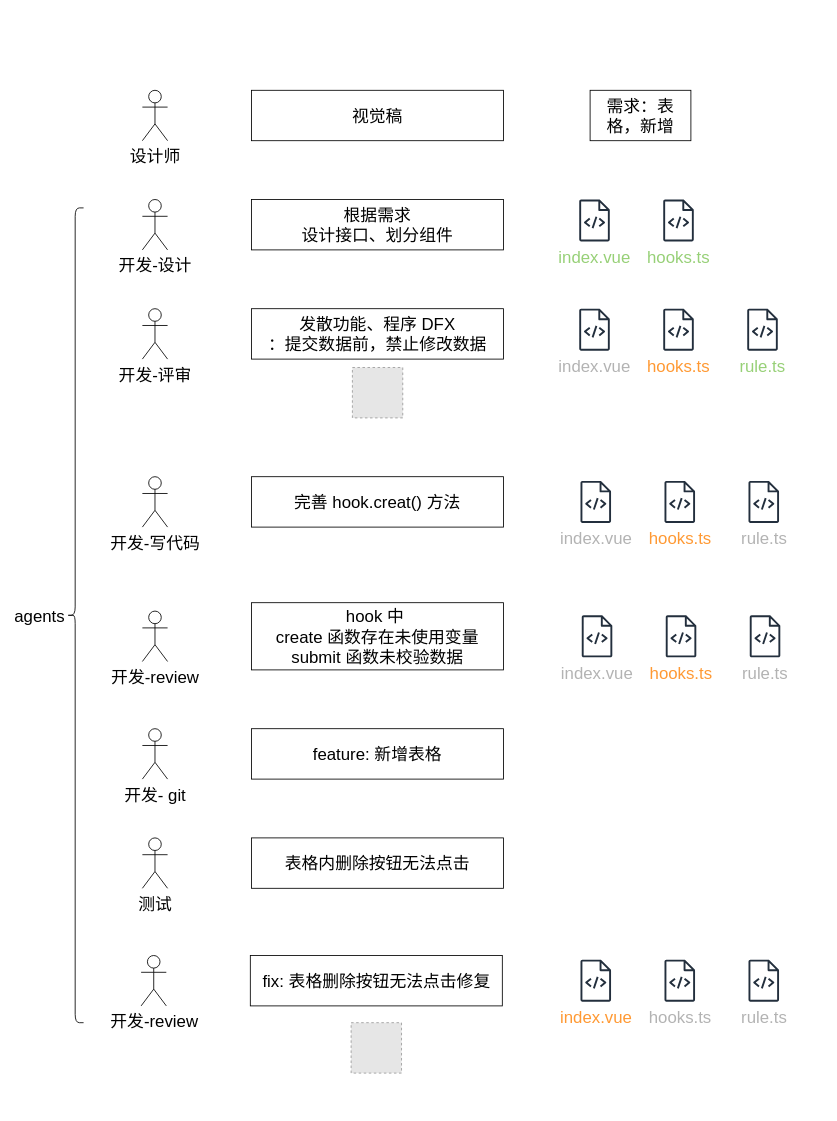
The draw.io diagram page "agents" (2 of 3) of d2c/main.drawio in zhuoooo/doodles, before the edit. Source tidied: cells renumbered, new cells numbered last; positions are measured from the earlier drawing's top-left corner, leaving out a move shared by most shapes. Both pictures are drawn from the tidied source at 84%, with x=0, y=0 at pixel (66, 90). Pictures stored in the file or linked from it are replaced by grey dashed boxes.
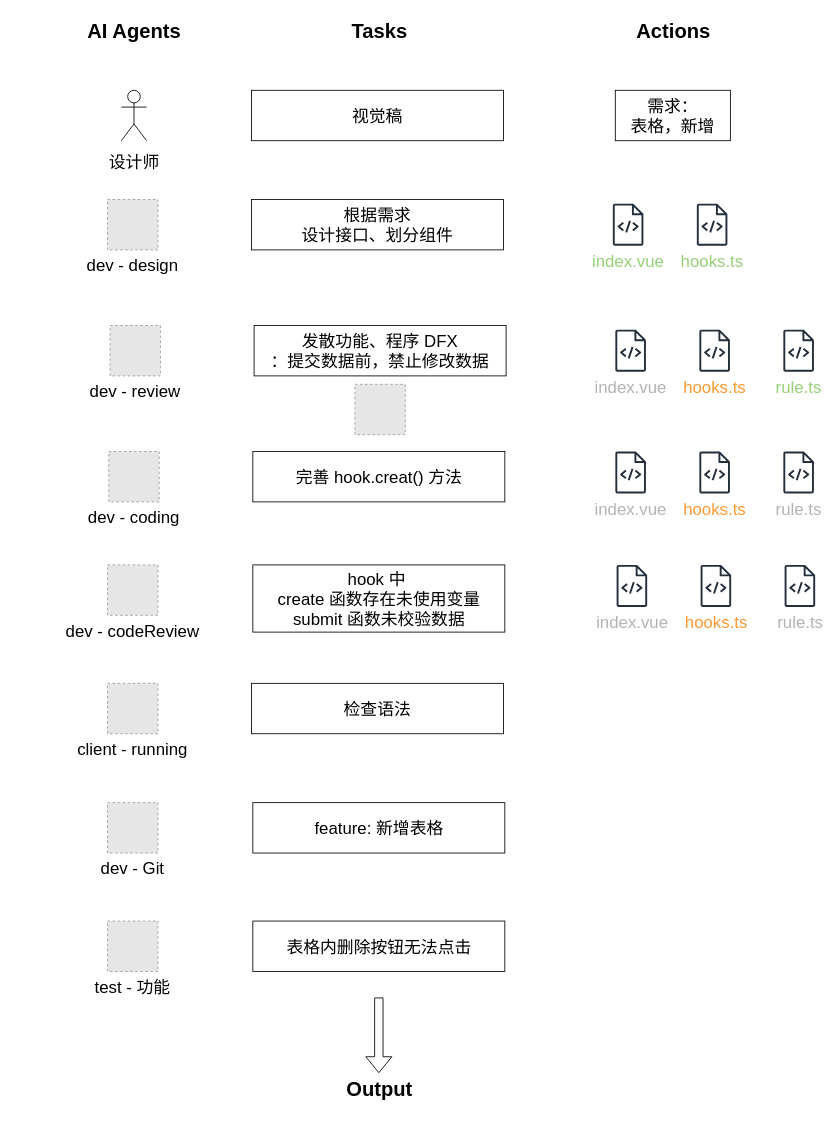
The same page after the edit.

Commit message:
add: ai agents workflow

Change to the diagram source:
```diff
@@
-    <mxCell id="3" value="需求：表格，新增" style="rounded=0;whiteSpace=wrap;html=1;fontFamily=微软雅黑;fontSize=20;" parent="1" vertex="1">
-      <mxGeometry x="623" width="120" height="60" as="geometry" />
+    <mxCell id="3" value="需求：&lt;div&gt;表格，新增&lt;/div&gt;" style="rounded=0;whiteSpace=wrap;html=1;fontFamily=微软雅黑;fontSize=20;" parent="1" vertex="1">
+      <mxGeometry x="653" width="137" height="60" as="geometry" />
     </mxCell>
@@
     <mxCell id="5" value="发散功能、程序 DFX&lt;div style=&quot;font-size: 20px;&quot;&gt;&lt;/div&gt;&lt;div style=&quot;font-size: 20px;&quot;&gt;：提交数据前，禁止修改数据&lt;/div&gt;" style="rounded=0;whiteSpace=wrap;html=1;fontFamily=微软雅黑;fontSize=20;" parent="1" vertex="1">
-      <mxGeometry x="220" y="260" width="300" height="60" as="geometry" />
+      <mxGeometry x="223" y="280" width="300" height="60" as="geometry" />
     </mxCell>
-    <mxCell id="6" value="设计师" style="shape=umlActor;verticalLabelPosition=bottom;verticalAlign=top;html=1;fontFamily=微软雅黑;fontSize=20;" parent="1" vertex="1">
-      <mxGeometry x="90" width="30" height="60" as="geometry" />
-    </mxCell>
-    <mxCell id="7" value="开发-设计" style="shape=umlActor;verticalLabelPosition=bottom;verticalAlign=top;html=1;fontFamily=微软雅黑;fontSize=20;" parent="1" vertex="1">
-      <mxGeometry x="90" y="130" width="30" height="60" as="geometry" />
-    </mxCell>
     <mxCell id="8" value="index.vue" style="sketch=0;fontColor=#97D077;gradientColor=none;fillColor=#232F3D;strokeColor=none;dashed=0;verticalLabelPosition=bottom;verticalAlign=top;align=center;html=1;fontSize=20;fontStyle=0;shape=mxgraph.aws4.source_code;fontFamily=微软雅黑;" parent="1" vertex="1">
-      <mxGeometry x="610" y="130" width="36.5" height="50" as="geometry" />
+      <mxGeometry x="650" y="135" width="36.5" height="50" as="geometry" />
     </mxCell>
     <mxCell id="9" value="hooks.ts" style="sketch=0;fontColor=#97D077;gradientColor=none;fillColor=#232F3D;strokeColor=none;dashed=0;verticalLabelPosition=bottom;verticalAlign=top;align=center;html=1;fontSize=20;fontStyle=0;shape=mxgraph.aws4.source_code;fontFamily=微软雅黑;" parent="1" vertex="1">
-      <mxGeometry x="710" y="130" width="36.5" height="50" as="geometry" />
+      <mxGeometry x="750" y="135" width="36.5" height="50" as="geometry" />
     </mxCell>
-    <mxCell id="10" value="开发-评审" style="shape=umlActor;verticalLabelPosition=bottom;verticalAlign=top;html=1;fontFamily=微软雅黑;fontSize=20;" parent="1" vertex="1">
-      <mxGeometry x="90" y="260" width="30" height="60" as="geometry" />
-    </mxCell>
     <mxCell id="11" value="index.vue" style="sketch=0;fontColor=#B3B3B3;gradientColor=none;fillColor=#232F3D;strokeColor=none;dashed=0;verticalLabelPosition=bottom;verticalAlign=top;align=center;html=1;fontSize=20;fontStyle=0;shape=mxgraph.aws4.source_code;fontFamily=微软雅黑;" parent="1" vertex="1">
-      <mxGeometry x="610" y="260" width="36.5" height="50" as="geometry" />
+      <mxGeometry x="653" y="285" width="36.5" height="50" as="geometry" />
     </mxCell>
     <mxCell id="12" value="hooks.ts" style="sketch=0;fontColor=#FF9933;gradientColor=none;fillColor=#232F3D;strokeColor=none;dashed=0;verticalLabelPosition=bottom;verticalAlign=top;align=center;html=1;fontSize=20;fontStyle=0;shape=mxgraph.aws4.source_code;fontFamily=微软雅黑;" parent="1" vertex="1">
-      <mxGeometry x="710" y="260" width="36.5" height="50" as="geometry" />
+      <mxGeometry x="753" y="285" width="36.5" height="50" as="geometry" />
     </mxCell>
     <mxCell id="13" value="rule.ts" style="sketch=0;fontColor=#97D077;gradientColor=none;fillColor=#232F3D;strokeColor=none;dashed=0;verticalLabelPosition=bottom;verticalAlign=top;align=center;html=1;fontSize=20;fontStyle=0;shape=mxgraph.aws4.source_code;fontFamily=微软雅黑;" parent="1" vertex="1">
-      <mxGeometry x="810" y="260" width="36.5" height="50" as="geometry" />
+      <mxGeometry x="853" y="285" width="36.5" height="50" as="geometry" />
     </mxCell>
-    <mxCell id="14" value="开发-写代码" style="shape=umlActor;verticalLabelPosition=bottom;verticalAlign=top;html=1;fontFamily=微软雅黑;fontSize=20;" parent="1" vertex="1">
-      <mxGeometry x="90" y="460" width="30" height="60" as="geometry" />
-    </mxCell>
     <mxCell id="15" style="fillColor=#E6E6E6;strokeColor=#999999;dashed=1;html=1;verticalAlign=top;verticalLabelPosition=bottom;labelBackgroundColor=#ffffff;fontFamily=微软雅黑;fontSize=20;" parent="1" vertex="1">
-      <mxGeometry x="340" y="330" width="60" height="60" as="geometry" />
+      <mxGeometry x="343" y="350" width="60" height="60" as="geometry" />
     </mxCell>
     <mxCell id="16" value="完善 hook.creat() 方法" style="rounded=0;whiteSpace=wrap;html=1;fontFamily=微软雅黑;fontSize=20;" parent="1" vertex="1">
-      <mxGeometry x="220" y="460" width="300" height="60" as="geometry" />
+      <mxGeometry x="221.5" y="430" width="300" height="60" as="geometry" />
     </mxCell>
     <mxCell id="17" value="index.vue" style="sketch=0;fontColor=#B3B3B3;gradientColor=none;fillColor=#232F3D;strokeColor=none;dashed=0;verticalLabelPosition=bottom;verticalAlign=top;align=center;html=1;fontSize=20;fontStyle=0;shape=mxgraph.aws4.source_code;fontFamily=微软雅黑;" parent="1" vertex="1">
-      <mxGeometry x="611.5" y="465" width="36.5" height="50" as="geometry" />
+      <mxGeometry x="653" y="430" width="36.5" height="50" as="geometry" />
     </mxCell>
     <mxCell id="18" value="hooks.ts" style="sketch=0;fontColor=#FF9933;gradientColor=none;fillColor=#232F3D;strokeColor=none;dashed=0;verticalLabelPosition=bottom;verticalAlign=top;align=center;html=1;fontSize=20;fontStyle=0;shape=mxgraph.aws4.source_code;fontFamily=微软雅黑;" parent="1" vertex="1">
-      <mxGeometry x="711.5" y="465" width="36.5" height="50" as="geometry" />
+      <mxGeometry x="753" y="430" width="36.5" height="50" as="geometry" />
     </mxCell>
     <mxCell id="19" value="rule.ts" style="sketch=0;fontColor=#B3B3B3;gradientColor=none;fillColor=#232F3D;strokeColor=none;dashed=0;verticalLabelPosition=bottom;verticalAlign=top;align=center;html=1;fontSize=20;fontStyle=0;shape=mxgraph.aws4.source_code;fontFamily=微软雅黑;" parent="1" vertex="1">
-      <mxGeometry x="811.5" y="465" width="36.5" height="50" as="geometry" />
+      <mxGeometry x="853" y="430" width="36.5" height="50" as="geometry" />
     </mxCell>
-    <mxCell id="20" value="开发-review" style="shape=umlActor;verticalLabelPosition=bottom;verticalAlign=top;html=1;fontFamily=微软雅黑;fontSize=20;" parent="1" vertex="1">
-      <mxGeometry x="90" y="620" width="30" height="60" as="geometry" />
-    </mxCell>
     <mxCell id="21" value="hook 中&amp;nbsp;&lt;div&gt;create 函数存在未使用变量&lt;br style=&quot;font-size: 20px;&quot;&gt;submit 函数未校验数据&lt;/div&gt;" style="rounded=0;whiteSpace=wrap;html=1;fontFamily=微软雅黑;fontSize=20;" parent="1" vertex="1">
-      <mxGeometry x="220" y="610" width="300" height="80" as="geometry" />
+      <mxGeometry x="221.5" y="565" width="300" height="80" as="geometry" />
     </mxCell>
     <mxCell id="22" value="index.vue" style="sketch=0;fontColor=#B3B3B3;gradientColor=none;fillColor=#232F3D;strokeColor=none;dashed=0;verticalLabelPosition=bottom;verticalAlign=top;align=center;html=1;fontSize=20;fontStyle=0;shape=mxgraph.aws4.source_code;fontFamily=微软雅黑;" parent="1" vertex="1">
-      <mxGeometry x="613" y="625" width="36.5" height="50" as="geometry" />
+      <mxGeometry x="654.5" y="565" width="36.5" height="50" as="geometry" />
     </mxCell>
     <mxCell id="23" value="hooks.ts" style="sketch=0;fontColor=#FF9933;gradientColor=none;fillColor=#232F3D;strokeColor=none;dashed=0;verticalLabelPosition=bottom;verticalAlign=top;align=center;html=1;fontSize=20;fontStyle=0;shape=mxgraph.aws4.source_code;fontFamily=微软雅黑;" parent="1" vertex="1">
-      <mxGeometry x="713" y="625" width="36.5" height="50" as="geometry" />
+      <mxGeometry x="754.5" y="565" width="36.5" height="50" as="geometry" />
     </mxCell>
     <mxCell id="24" value="rule.ts" style="sketch=0;fontColor=#B3B3B3;gradientColor=none;fillColor=#232F3D;strokeColor=none;dashed=0;verticalLabelPosition=bottom;verticalAlign=top;align=center;html=1;fontSize=20;fontStyle=0;shape=mxgraph.aws4.source_code;fontFamily=微软雅黑;" parent="1" vertex="1">
-      <mxGeometry x="813" y="625" width="36.5" height="50" as="geometry" />
+      <mxGeometry x="854.5" y="565" width="36.5" height="50" as="geometry" />
     </mxCell>
-    <mxCell id="25" value="开发- git" style="shape=umlActor;verticalLabelPosition=bottom;verticalAlign=top;html=1;fontFamily=微软雅黑;fontSize=20;" parent="1" vertex="1">
-      <mxGeometry x="90" y="760" width="30" height="60" as="geometry" />
-    </mxCell>
     <mxCell id="26" value="feature: 新增表格" style="rounded=0;whiteSpace=wrap;html=1;fontFamily=微软雅黑;fontSize=20;" parent="1" vertex="1">
-      <mxGeometry x="220" y="760" width="300" height="60" as="geometry" />
+      <mxGeometry x="221.5" y="848" width="300" height="60" as="geometry" />
     </mxCell>
-    <mxCell id="27" value="测试" style="shape=umlActor;verticalLabelPosition=bottom;verticalAlign=top;html=1;fontFamily=微软雅黑;fontSize=20;" parent="1" vertex="1">
-      <mxGeometry x="90" y="890" width="30" height="60" as="geometry" />
-    </mxCell>
     <mxCell id="28" value="表格内删除按钮无法点击" style="rounded=0;whiteSpace=wrap;html=1;fontFamily=微软雅黑;fontSize=20;" parent="1" vertex="1">
-      <mxGeometry x="220" y="890" width="300" height="60" as="geometry" />
+      <mxGeometry x="221.5" y="989" width="300" height="60" as="geometry" />
     </mxCell>
-    <mxCell id="29" value="agents" style="shape=curlyBracket;whiteSpace=wrap;html=1;rounded=1;labelPosition=left;verticalLabelPosition=middle;align=right;verticalAlign=middle;fontSize=20;fontFamily=微软雅黑;" parent="1" vertex="1">
-      <mxGeometry y="140" width="20" height="970" as="geometry" />
-    </mxCell>
-    <mxCell id="30" value="开发-review" style="shape=umlActor;verticalLabelPosition=bottom;verticalAlign=top;html=1;fontFamily=微软雅黑;fontSize=20;" parent="1" vertex="1">
-      <mxGeometry x="88.5" y="1030" width="30" height="60" as="geometry" />
-    </mxCell>
-    <mxCell id="31" value="fix: 表格删除按钮无法点击修复" style="rounded=0;whiteSpace=wrap;html=1;fontFamily=微软雅黑;fontSize=20;" parent="1" vertex="1">
-      <mxGeometry x="218.5" y="1030" width="300" height="60" as="geometry" />
-    </mxCell>
-    <mxCell id="32" value="index.vue" style="sketch=0;fontColor=#FF9933;gradientColor=none;fillColor=#232F3D;strokeColor=none;dashed=0;verticalLabelPosition=bottom;verticalAlign=top;align=center;html=1;fontSize=20;fontStyle=0;shape=mxgraph.aws4.source_code;fontFamily=微软雅黑;" parent="1" vertex="1">
-      <mxGeometry x="611.5" y="1035" width="36.5" height="50" as="geometry" />
-    </mxCell>
-    <mxCell id="33" value="hooks.ts" style="sketch=0;fontColor=#B3B3B3;gradientColor=none;fillColor=#232F3D;strokeColor=none;dashed=0;verticalLabelPosition=bottom;verticalAlign=top;align=center;html=1;fontSize=20;fontStyle=0;shape=mxgraph.aws4.source_code;fontFamily=微软雅黑;" parent="1" vertex="1">
-      <mxGeometry x="711.5" y="1035" width="36.5" height="50" as="geometry" />
-    </mxCell>
-    <mxCell id="34" value="rule.ts" style="sketch=0;fontColor=#B3B3B3;gradientColor=none;fillColor=#232F3D;strokeColor=none;dashed=0;verticalLabelPosition=bottom;verticalAlign=top;align=center;html=1;fontSize=20;fontStyle=0;shape=mxgraph.aws4.source_code;fontFamily=微软雅黑;" parent="1" vertex="1">
-      <mxGeometry x="811.5" y="1035" width="36.5" height="50" as="geometry" />
-    </mxCell>
-    <mxCell id="35" style="fillColor=#E6E6E6;strokeColor=#999999;dashed=1;html=1;verticalAlign=top;verticalLabelPosition=bottom;labelBackgroundColor=#ffffff;fontFamily=微软雅黑;fontSize=20;" parent="1" vertex="1">
-      <mxGeometry x="338.5" y="1110" width="60" height="60" as="geometry" />
-    </mxCell>
+    <mxCell id="36" value="检查语法" style="rounded=0;whiteSpace=wrap;html=1;fontFamily=微软雅黑;fontSize=20;" parent="1" vertex="1">
+      <mxGeometry x="220" y="706" width="300" height="60" as="geometry" />
+    </mxCell>
+    <mxCell id="37" value="Tasks" style="text;strokeColor=none;fillColor=none;html=1;fontSize=24;fontStyle=1;verticalAlign=middle;align=center;fontFamily=微软雅黑;" parent="1" vertex="1">
+      <mxGeometry x="322" y="-90" width="100" height="40" as="geometry" />
+    </mxCell>
+    <mxCell id="38" value="Actions" style="text;strokeColor=none;fillColor=none;html=1;fontSize=24;fontStyle=1;verticalAlign=middle;align=center;fontFamily=微软雅黑;" parent="1" vertex="1">
+      <mxGeometry x="671.5" y="-90" width="100" height="40" as="geometry" />
+    </mxCell>
+    <mxCell id="39" value="AI Agents" style="text;strokeColor=none;fillColor=none;html=1;fontSize=24;fontStyle=1;verticalAlign=middle;align=center;fontFamily=微软雅黑;" parent="1" vertex="1">
+      <mxGeometry x="30" y="-90" width="100" height="40" as="geometry" />
+    </mxCell>
+    <mxCell id="40" style="shape=flexArrow;endArrow=classic;html=1;rounded=0;" parent="1" edge="1" target="41">
+      <mxGeometry relative="1" as="geometry">
+        <mxPoint x="371.5" y="1080" as="sourcePoint" />
+      </mxGeometry>
+    </mxCell>
+    <mxCell id="41" value="Output" style="text;strokeColor=none;fillColor=none;html=1;fontSize=24;fontStyle=1;verticalAlign=middle;align=center;" parent="1" vertex="1">
+      <mxGeometry x="321.5" y="1170" width="100" height="40" as="geometry" />
+    </mxCell>
+    <mxCell id="42" value="dev - design" style="fillColor=#E6E6E6;strokeColor=#999999;dashed=1;verticalLabelPosition=bottom;labelBackgroundColor=default;verticalAlign=top;fontFamily=微软雅黑;fontSize=20;" parent="1" vertex="1">
+      <mxGeometry x="48.5" y="130" width="60" height="60" as="geometry" />
+    </mxCell>
+    <mxCell id="43" value="dev - review" style="fillColor=#E6E6E6;strokeColor=#999999;dashed=1;verticalLabelPosition=bottom;labelBackgroundColor=default;verticalAlign=top;fontFamily=微软雅黑;fontSize=20;" parent="1" vertex="1">
+      <mxGeometry x="51.5" y="280" width="60" height="60" as="geometry" />
+    </mxCell>
+    <mxCell id="44" value="dev - coding" style="fillColor=#E6E6E6;strokeColor=#999999;dashed=1;verticalLabelPosition=bottom;labelBackgroundColor=default;verticalAlign=top;fontFamily=微软雅黑;fontSize=20;" parent="1" vertex="1">
+      <mxGeometry x="50" y="430" width="60" height="60" as="geometry" />
+    </mxCell>
+    <mxCell id="45" value="dev - codeReview" style="fillColor=#E6E6E6;strokeColor=#999999;dashed=1;verticalLabelPosition=bottom;labelBackgroundColor=default;verticalAlign=top;fontFamily=微软雅黑;fontSize=20;" parent="1" vertex="1">
+      <mxGeometry x="48.5" y="565" width="60" height="60" as="geometry" />
+    </mxCell>
+    <mxCell id="46" value="client - running" style="fillColor=#E6E6E6;strokeColor=#999999;dashed=1;verticalLabelPosition=bottom;labelBackgroundColor=default;verticalAlign=top;fontFamily=微软雅黑;fontSize=20;" parent="1" vertex="1">
+      <mxGeometry x="48.5" y="706" width="60" height="60" as="geometry" />
+    </mxCell>
+    <mxCell id="47" value="dev - Git" style="fillColor=#E6E6E6;strokeColor=#999999;dashed=1;verticalLabelPosition=bottom;labelBackgroundColor=default;verticalAlign=top;fontFamily=微软雅黑;fontSize=20;" parent="1" vertex="1">
+      <mxGeometry x="48.5" y="848" width="60" height="60" as="geometry" />
+    </mxCell>
+    <mxCell id="48" value="test - 功能" style="fillColor=#E6E6E6;strokeColor=#999999;dashed=1;verticalLabelPosition=bottom;labelBackgroundColor=default;verticalAlign=top;fontFamily=微软雅黑;fontSize=20;" parent="1" vertex="1">
+      <mxGeometry x="48.5" y="989" width="60" height="60" as="geometry" />
+    </mxCell>
+    <mxCell id="6" value="&lt;p style=&quot;font-size: 20px;&quot;&gt;设计师&lt;/p&gt;" style="shape=umlActor;verticalLabelPosition=bottom;verticalAlign=bottom;html=1;fontFamily=微软雅黑;labelPosition=center;align=center;" parent="1" vertex="1">
+      <mxGeometry x="65" width="30" height="60" as="geometry" />
+    </mxCell>
```
